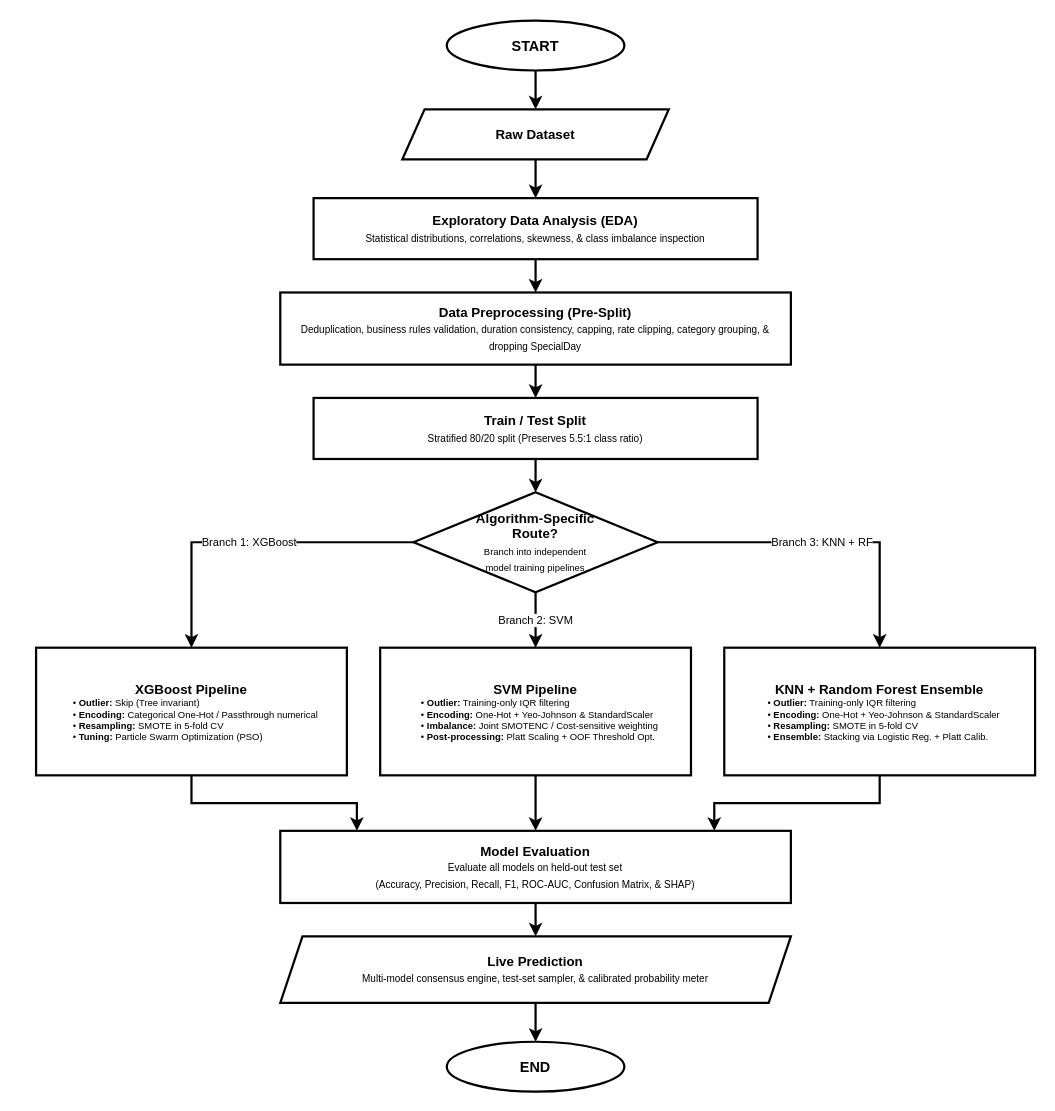
ngkaizhe123/BMCS2074-ARTIFICIAL-INTELLIGENCE-Online-Shoppers-Purchase-Intention keeps this draw.io diagram as shopper_intention_pipeline_flowchart_simple.drawio. Above is the earlier version. Source tidied: cells renumbered, new cells numbered last; positions are measured from the earlier drawing's top-left corner, leaving out a move shared by most shapes. Both pictures are drawn from the tidied source at 111%, with x=0, y=0 at pixel (36, 20).
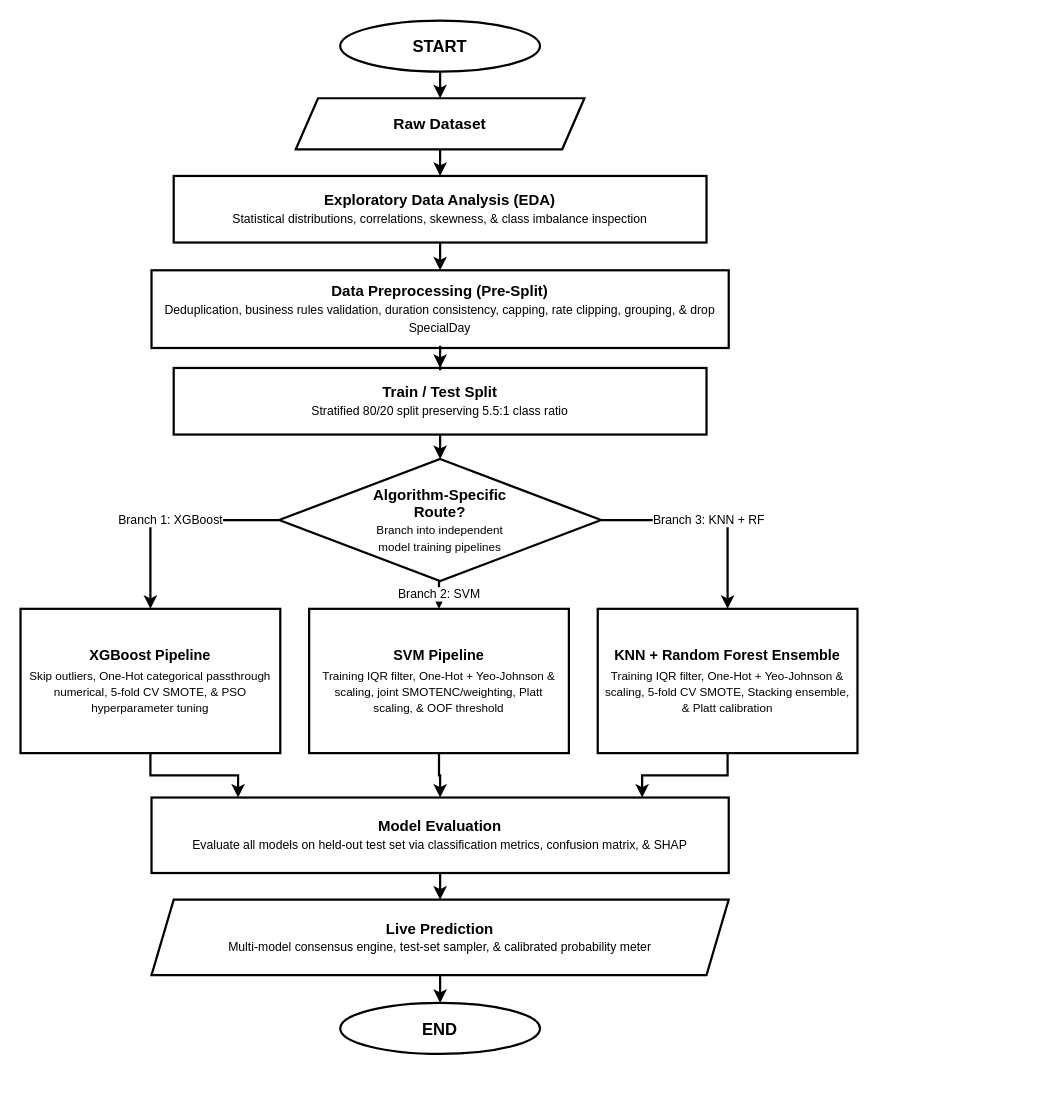
The same page after the edit.

The edit, as a diff of the source:
```diff
@@
-    <mxCell id="2" value="&lt;b&gt;START&lt;/b&gt;" style="ellipse;whiteSpace=wrap;html=1;fillColor=none;strokeColor=#000000;fontColor=#000000;fontFamily=Helvetica;strokeWidth=2;fontSize=13;" parent="1" vertex="1">
-      <mxGeometry x="370" width="160" height="45" as="geometry" />
+    <mxCell id="2" value="&lt;b&gt;START&lt;/b&gt;" style="ellipse;whiteSpace=wrap;html=1;fillColor=none;strokeColor=#000000;fontColor=#000000;fontFamily=Helvetica;strokeWidth=2;fontSize=15;" parent="1" vertex="1">
+      <mxGeometry x="274" width="180" height="46" as="geometry" />
     </mxCell>
-    <mxCell id="3" value="&lt;b&gt;Raw Dataset&lt;/b&gt;" style="shape=parallelogram;perimeter=parallelogramPerimeter;whiteSpace=wrap;html=1;fixedSize=1;fillColor=none;strokeColor=#000000;fontColor=#000000;fontFamily=Helvetica;strokeWidth=2;fontSize=12;" parent="1" vertex="1">
-      <mxGeometry x="330" y="80" width="240" height="45" as="geometry" />
+    <mxCell id="3" value="&lt;b&gt;Raw Dataset&lt;/b&gt;" style="shape=parallelogram;perimeter=parallelogramPerimeter;whiteSpace=wrap;html=1;fixedSize=1;fillColor=none;strokeColor=#000000;fontColor=#000000;fontFamily=Helvetica;strokeWidth=2;fontSize=14;" parent="1" vertex="1">
+      <mxGeometry x="234" y="70" width="260" height="46" as="geometry" />
     </mxCell>
-    <mxCell id="4" value="&lt;b&gt;Exploratory Data Analysis (EDA)&lt;/b&gt;&lt;br&gt;&lt;font style=&quot;font-size: 9px; font-weight: normal;&quot;&gt;Statistical distributions, correlations, skewness, &amp;amp; class imbalance inspection&lt;/font&gt;" style="rounded=0;whiteSpace=wrap;html=1;fillColor=none;strokeColor=#000000;fontColor=#000000;fontFamily=Helvetica;strokeWidth=2;" parent="1" vertex="1">
-      <mxGeometry x="250" y="160" width="400" height="55" as="geometry" />
+    <mxCell id="4" value="&lt;b style=&quot;font-size: 13.5px;&quot;&gt;Exploratory Data Analysis (EDA)&lt;/b&gt;&lt;br&gt;&lt;font style=&quot;font-size: 11px; font-weight: normal;&quot;&gt;Statistical distributions, correlations, skewness, &amp;amp; class imbalance inspection&lt;/font&gt;" style="rounded=0;whiteSpace=wrap;html=1;fillColor=none;strokeColor=#000000;fontColor=#000000;fontFamily=Helvetica;strokeWidth=2;fontSize=13;" parent="1" vertex="1">
+      <mxGeometry x="124" y="140" width="480" height="60" as="geometry" />
     </mxCell>
-    <mxCell id="5" value="&lt;b&gt;Data Preprocessing (Pre-Split)&lt;/b&gt;&lt;br&gt;&lt;font style=&quot;font-size: 9px; font-weight: normal;&quot;&gt;Deduplication, business rules validation, duration consistency, capping, rate clipping, category grouping, &amp;amp; dropping SpecialDay&lt;/font&gt;" style="rounded=0;whiteSpace=wrap;html=1;fillColor=none;strokeColor=#000000;fontColor=#000000;fontFamily=Helvetica;strokeWidth=2;" parent="1" vertex="1">
-      <mxGeometry x="220" y="245" width="460" height="65" as="geometry" />
+    <mxCell id="5" value="&lt;b style=&quot;font-size: 13.5px;&quot;&gt;Data Preprocessing (Pre-Split)&lt;/b&gt;&lt;br&gt;&lt;font style=&quot;font-size: 11px; font-weight: normal;&quot;&gt;Deduplication, business rules validation, duration consistency, capping, rate clipping, grouping, &amp;amp; drop SpecialDay&lt;/font&gt;" style="rounded=0;whiteSpace=wrap;html=1;fillColor=none;strokeColor=#000000;fontColor=#000000;fontFamily=Helvetica;strokeWidth=2;fontSize=13;" parent="1" vertex="1">
+      <mxGeometry x="104" y="225" width="520" height="70" as="geometry" />
     </mxCell>
-    <mxCell id="6" value="&lt;b&gt;Train / Test Split&lt;/b&gt;&lt;br&gt;&lt;font style=&quot;font-size: 9px; font-weight: normal;&quot;&gt;Stratified 80/20 split (Preserves 5.5:1 class ratio)&lt;/font&gt;" style="rounded=0;whiteSpace=wrap;html=1;fillColor=none;strokeColor=#000000;fontColor=#000000;fontFamily=Helvetica;strokeWidth=2;" parent="1" vertex="1">
-      <mxGeometry x="250" y="340" width="400" height="55" as="geometry" />
+    <mxCell id="6" value="&lt;b style=&quot;font-size: 13.5px;&quot;&gt;Train / Test Split&lt;/b&gt;&lt;br&gt;&lt;font style=&quot;font-size: 11px; font-weight: normal;&quot;&gt;Stratified 80/20 split preserving 5.5:1 class ratio&lt;/font&gt;" style="rounded=0;whiteSpace=wrap;html=1;fillColor=none;strokeColor=#000000;fontColor=#000000;fontFamily=Helvetica;strokeWidth=2;fontSize=13;" parent="1" vertex="1">
+      <mxGeometry x="124" y="313" width="480" height="60" as="geometry" />
     </mxCell>
-    <mxCell id="7" value="&lt;b&gt;Algorithm-Specific&lt;br&gt;Route?&lt;/b&gt;&lt;br&gt;&lt;font style=&quot;font-size: 8.5px; font-weight: normal;&quot;&gt;Branch into independent&lt;br&gt;model training pipelines&lt;/font&gt;" style="rhombus;whiteSpace=wrap;html=1;fillColor=none;strokeColor=#000000;fontColor=#000000;fontFamily=Helvetica;strokeWidth=2;" parent="1" vertex="1">
-      <mxGeometry x="340" y="425" width="220" height="90" as="geometry" />
+    <mxCell id="7" value="&lt;b style=&quot;font-size: 13.5px;&quot;&gt;Algorithm-Specific&lt;br&gt;Route?&lt;/b&gt;&lt;br&gt;&lt;font style=&quot;font-size: 10.5px; font-weight: normal;&quot;&gt;Branch into independent&lt;br&gt;model training pipelines&lt;/font&gt;" style="rhombus;whiteSpace=wrap;html=1;fillColor=none;strokeColor=#000000;fontColor=#000000;fontFamily=Helvetica;strokeWidth=2;fontSize=12;" parent="1" vertex="1">
+      <mxGeometry x="219" y="395" width="290" height="110" as="geometry" />
     </mxCell>
-    <mxCell id="8" value="&lt;b&gt;XGBoost Pipeline&lt;/b&gt;&lt;br&gt;&lt;div align=&quot;left&quot; style=&quot;font-size: 8.5px; font-weight: normal; padding-left: 8px;&quot;&gt;• &lt;b&gt;Outlier:&lt;/b&gt; Skip (Tree invariant)&lt;br&gt;• &lt;b&gt;Encoding:&lt;/b&gt; Categorical One-Hot / Passthrough numerical&lt;br&gt;• &lt;b&gt;Resampling:&lt;/b&gt; SMOTE in 5-fold CV&lt;br&gt;• &lt;b&gt;Tuning:&lt;/b&gt; Particle Swarm Optimization (PSO)&lt;/div&gt;" style="rounded=0;whiteSpace=wrap;html=1;fillColor=none;strokeColor=#000000;fontColor=#000000;fontFamily=Helvetica;strokeWidth=2;align=center;verticalAlign=middle;" parent="1" vertex="1">
-      <mxGeometry y="565" width="280" height="115" as="geometry" />
+    <mxCell id="8" value="&lt;b style=&quot;font-size: 13px;&quot;&gt;XGBoost Pipeline&lt;/b&gt;&lt;br&gt;&lt;div style=&quot;font-size: 10.5px; font-weight: normal; margin-top: 5px; padding: 0 4px; line-height: 1.3;&quot;&gt;Skip outliers, One-Hot categorical passthrough numerical, 5-fold CV SMOTE, &amp;amp; PSO hyperparameter tuning&lt;/div&gt;" style="rounded=0;whiteSpace=wrap;html=1;fillColor=none;strokeColor=#000000;fontColor=#000000;fontFamily=Helvetica;strokeWidth=2;fontSize=12;align=center;verticalAlign=middle;" parent="1" vertex="1">
+      <mxGeometry x="-14" y="530" width="234" height="130" as="geometry" />
     </mxCell>
-    <mxCell id="9" value="&lt;b&gt;SVM Pipeline&lt;/b&gt;&lt;br&gt;&lt;div align=&quot;left&quot; style=&quot;font-size: 8.5px; font-weight: normal; padding-left: 8px;&quot;&gt;• &lt;b&gt;Outlier:&lt;/b&gt; Training-only IQR filtering&lt;br&gt;• &lt;b&gt;Encoding:&lt;/b&gt; One-Hot + Yeo-Johnson &amp;amp; StandardScaler&lt;br&gt;• &lt;b&gt;Imbalance:&lt;/b&gt; Joint SMOTENC / Cost-sensitive weighting&lt;br&gt;• &lt;b&gt;Post-processing:&lt;/b&gt; Platt Scaling + OOF Threshold Opt.&lt;/div&gt;" style="rounded=0;whiteSpace=wrap;html=1;fillColor=none;strokeColor=#000000;fontColor=#000000;fontFamily=Helvetica;strokeWidth=2;align=center;verticalAlign=middle;" parent="1" vertex="1">
-      <mxGeometry x="310" y="565" width="280" height="115" as="geometry" />
+    <mxCell id="9" value="&lt;b style=&quot;font-size: 13px;&quot;&gt;SVM Pipeline&lt;/b&gt;&lt;br&gt;&lt;div style=&quot;font-size: 10.5px; font-weight: normal; margin-top: 5px; padding: 0 4px; line-height: 1.3;&quot;&gt;Training IQR filter, One-Hot + Yeo-Johnson &amp;amp; scaling, joint SMOTENC/weighting, Platt scaling, &amp;amp; OOF threshold&lt;/div&gt;" style="rounded=0;whiteSpace=wrap;html=1;fillColor=none;strokeColor=#000000;fontColor=#000000;fontFamily=Helvetica;strokeWidth=2;fontSize=12;align=center;verticalAlign=middle;" parent="1" vertex="1">
+      <mxGeometry x="246" y="530" width="234" height="130" as="geometry" />
     </mxCell>
-    <mxCell id="10" value="&lt;b&gt;KNN + Random Forest Ensemble&lt;/b&gt;&lt;br&gt;&lt;div align=&quot;left&quot; style=&quot;font-size: 8.5px; font-weight: normal; padding-left: 8px;&quot;&gt;• &lt;b&gt;Outlier:&lt;/b&gt; Training-only IQR filtering&lt;br&gt;• &lt;b&gt;Encoding:&lt;/b&gt; One-Hot + Yeo-Johnson &amp;amp; StandardScaler&lt;br&gt;• &lt;b&gt;Resampling:&lt;/b&gt; SMOTE in 5-fold CV&lt;br&gt;• &lt;b&gt;Ensemble:&lt;/b&gt; Stacking via Logistic Reg. + Platt Calib.&lt;/div&gt;" style="rounded=0;whiteSpace=wrap;html=1;fillColor=none;strokeColor=#000000;fontColor=#000000;fontFamily=Helvetica;strokeWidth=2;align=center;verticalAlign=middle;" parent="1" vertex="1">
-      <mxGeometry x="620" y="565" width="280" height="115" as="geometry" />
+    <mxCell id="10" value="&lt;b style=&quot;font-size: 13px;&quot;&gt;KNN + Random Forest Ensemble&lt;/b&gt;&lt;br&gt;&lt;div style=&quot;font-size: 10.5px; font-weight: normal; margin-top: 5px; padding: 0 4px; line-height: 1.3;&quot;&gt;Training IQR filter, One-Hot + Yeo-Johnson &amp;amp; scaling, 5-fold CV SMOTE, Stacking ensemble, &amp;amp; Platt calibration&lt;/div&gt;" style="rounded=0;whiteSpace=wrap;html=1;fillColor=none;strokeColor=#000000;fontColor=#000000;fontFamily=Helvetica;strokeWidth=2;fontSize=12;align=center;verticalAlign=middle;" parent="1" vertex="1">
+      <mxGeometry x="506" y="530" width="234" height="130" as="geometry" />
     </mxCell>
-    <mxCell id="11" value="&lt;b&gt;Model Evaluation&lt;/b&gt;&lt;br&gt;&lt;font style=&quot;font-size: 9px; font-weight: normal;&quot;&gt;Evaluate all models on held-out test set&lt;br&gt;(Accuracy, Precision, Recall, F1, ROC-AUC, Confusion Matrix, &amp;amp; SHAP)&lt;/font&gt;" style="rounded=0;whiteSpace=wrap;html=1;fillColor=none;strokeColor=#000000;fontColor=#000000;fontFamily=Helvetica;strokeWidth=2;" parent="1" vertex="1">
-      <mxGeometry x="220" y="730" width="460" height="65" as="geometry" />
+    <mxCell id="11" value="&lt;b style=&quot;font-size: 13.5px;&quot;&gt;Model Evaluation&lt;/b&gt;&lt;br&gt;&lt;font style=&quot;font-size: 11px; font-weight: normal;&quot;&gt;Evaluate all models on held-out test set via classification metrics, confusion matrix, &amp;amp; SHAP&lt;/font&gt;" style="rounded=0;whiteSpace=wrap;html=1;fillColor=none;strokeColor=#000000;fontColor=#000000;fontFamily=Helvetica;strokeWidth=2;fontSize=13;" parent="1" vertex="1">
+      <mxGeometry x="104" y="700" width="520" height="68" as="geometry" />
     </mxCell>
-    <mxCell id="12" value="&lt;b&gt;Live Prediction&lt;/b&gt;&lt;br&gt;&lt;font style=&quot;font-size: 9px; font-weight: normal;&quot;&gt;Multi-model consensus engine, test-set sampler, &amp;amp; calibrated probability meter&lt;/font&gt;" style="shape=parallelogram;perimeter=parallelogramPerimeter;whiteSpace=wrap;html=1;fixedSize=1;fillColor=none;strokeColor=#000000;fontColor=#000000;fontFamily=Helvetica;strokeWidth=2;" parent="1" vertex="1">
-      <mxGeometry x="220" y="825" width="460" height="60" as="geometry" />
+    <mxCell id="12" value="&lt;b style=&quot;font-size: 13.5px;&quot;&gt;Live Prediction&lt;/b&gt;&lt;br&gt;&lt;font style=&quot;font-size: 11px; font-weight: normal;&quot;&gt;Multi-model consensus engine, test-set sampler, &amp;amp; calibrated probability meter&lt;/font&gt;" style="shape=parallelogram;perimeter=parallelogramPerimeter;whiteSpace=wrap;html=1;fixedSize=1;fillColor=none;strokeColor=#000000;fontColor=#000000;fontFamily=Helvetica;strokeWidth=2;fontSize=13;" parent="1" vertex="1">
+      <mxGeometry x="104" y="792" width="520" height="68" as="geometry" />
     </mxCell>
-    <mxCell id="13" value="&lt;b&gt;END&lt;/b&gt;" style="ellipse;whiteSpace=wrap;html=1;fillColor=none;strokeColor=#000000;fontColor=#000000;fontFamily=Helvetica;strokeWidth=2;fontSize=13;" parent="1" vertex="1">
-      <mxGeometry x="370" y="920" width="160" height="45" as="geometry" />
+    <mxCell id="13" value="&lt;b&gt;END&lt;/b&gt;" style="ellipse;whiteSpace=wrap;html=1;fillColor=none;strokeColor=#000000;fontColor=#000000;fontFamily=Helvetica;strokeWidth=2;fontSize=15;" parent="1" vertex="1">
+      <mxGeometry x="274" y="885" width="180" height="46" as="geometry" />
     </mxCell>
@@
-    <mxCell id="19" value="Branch 1: XGBoost" style="edgeStyle=orthogonalEdgeStyle;rounded=0;jettySize=auto;html=1;exitX=0;exitY=0.5;exitDx=0;exitDy=0;entryX=0.5;entryY=0;entryDx=0;entryDy=0;strokeColor=#000000;strokeWidth=2;endArrow=classic;fontFamily=Helvetica;fontSize=10;" parent="1" edge="1" source="7" target="8">
+    <mxCell id="19" value="Branch 1: XGBoost" style="edgeStyle=orthogonalEdgeStyle;rounded=0;jettySize=auto;html=1;exitX=0;exitY=0.5;exitDx=0;exitDy=0;entryX=0.5;entryY=0;entryDx=0;entryDy=0;strokeColor=#000000;strokeWidth=2;endArrow=classic;fontFamily=Helvetica;fontSize=11;" parent="1" edge="1" source="7" target="8">
       <mxGeometry relative="1" as="geometry" />
     </mxCell>
-    <mxCell id="20" value="Branch 2: SVM" style="edgeStyle=orthogonalEdgeStyle;rounded=0;jettySize=auto;html=1;exitX=0.5;exitY=1;exitDx=0;exitDy=0;entryX=0.5;entryY=0;entryDx=0;entryDy=0;strokeColor=#000000;strokeWidth=2;endArrow=classic;fontFamily=Helvetica;fontSize=10;" parent="1" edge="1" source="7" target="9">
+    <mxCell id="20" value="Branch 2: SVM" style="edgeStyle=orthogonalEdgeStyle;rounded=0;jettySize=auto;html=1;exitX=0.5;exitY=1;exitDx=0;exitDy=0;entryX=0.5;entryY=0;entryDx=0;entryDy=0;strokeColor=#000000;strokeWidth=2;endArrow=classic;fontFamily=Helvetica;fontSize=11;" parent="1" edge="1" source="7" target="9">
       <mxGeometry relative="1" as="geometry" />
     </mxCell>
-    <mxCell id="21" value="Branch 3: KNN + RF" style="edgeStyle=orthogonalEdgeStyle;rounded=0;jettySize=auto;html=1;exitX=1;exitY=0.5;exitDx=0;exitDy=0;entryX=0.5;entryY=0;entryDx=0;entryDy=0;strokeColor=#000000;strokeWidth=2;endArrow=classic;fontFamily=Helvetica;fontSize=10;" parent="1" edge="1" source="7" target="10">
+    <mxCell id="21" value="Branch 3: KNN + RF" style="edgeStyle=orthogonalEdgeStyle;rounded=0;jettySize=auto;html=1;exitX=1;exitY=0.5;exitDx=0;exitDy=0;entryX=0.5;entryY=0;entryDx=0;entryDy=0;strokeColor=#000000;strokeWidth=2;endArrow=classic;fontFamily=Helvetica;fontSize=11;" parent="1" edge="1" source="7" target="10">
       <mxGeometry relative="1" as="geometry" />
     </mxCell>
```
